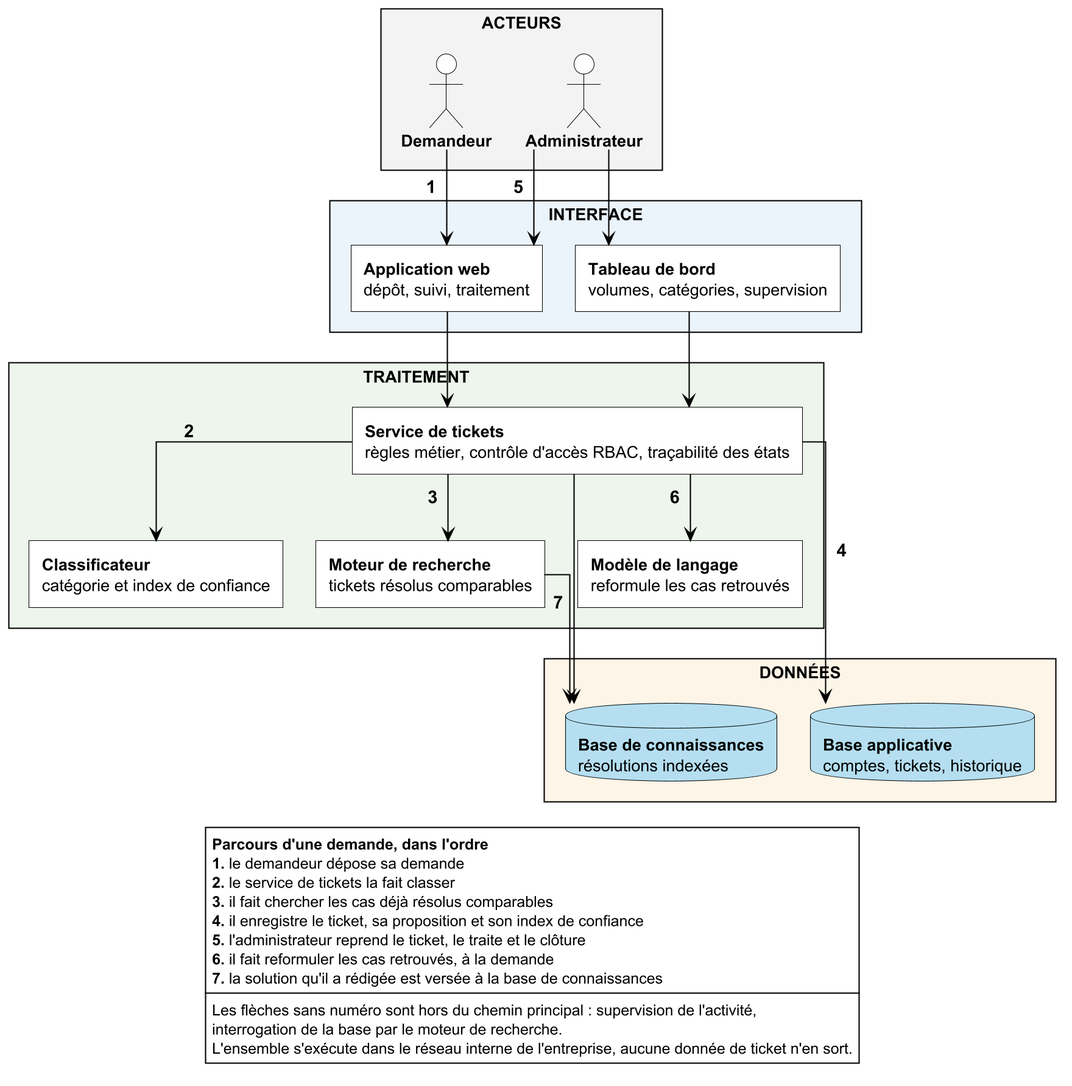
Above: report/img/ch06_architecture.png in Touka-Amine/helpdesk-ai (PlantUML), before the change.
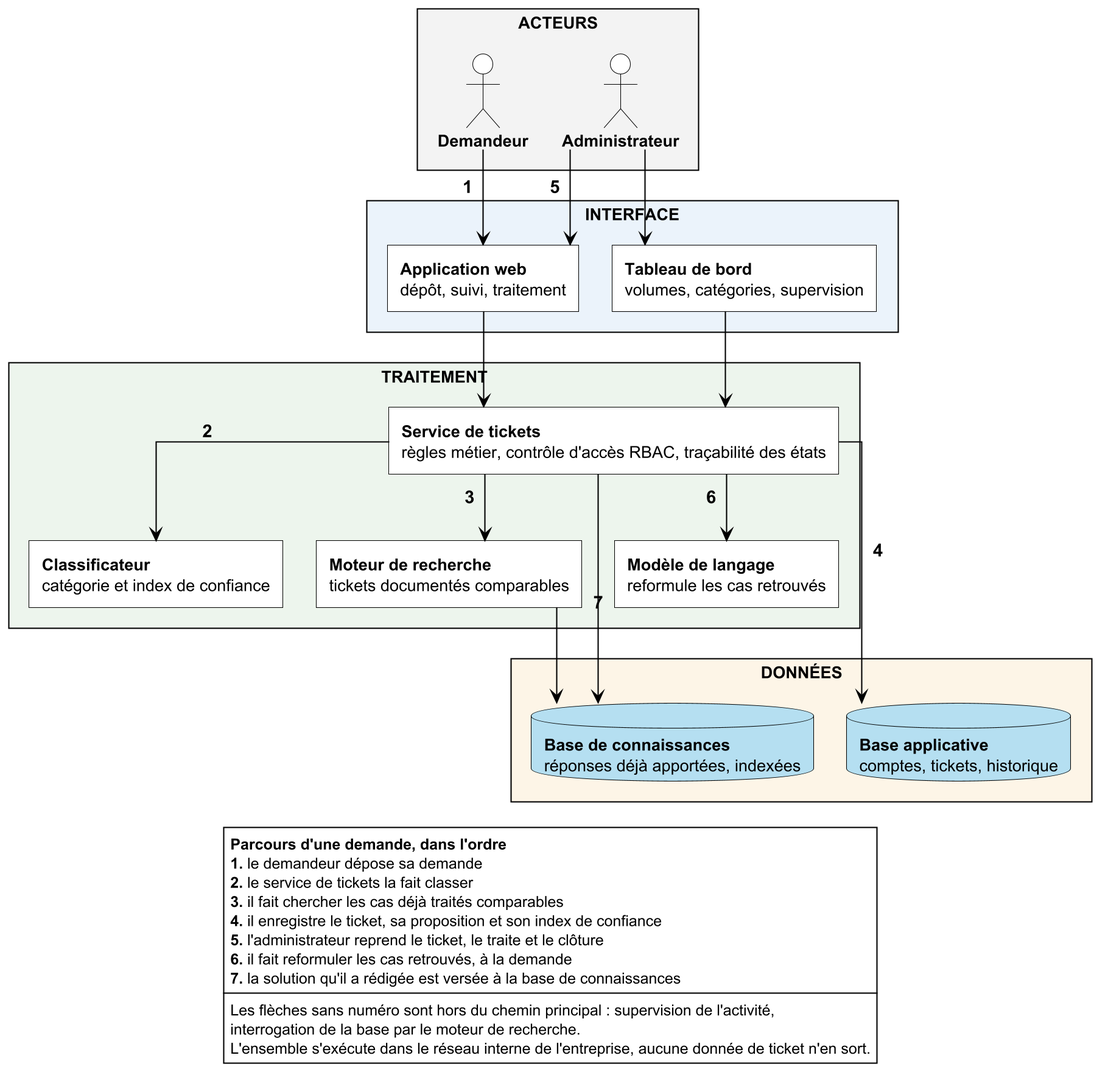
After the change.

Change to the diagram source:
```diff
@@ -52,12 +52,12 @@
 rectangle "**TRAITEMENT**" as C3 #EDF5EC {
   rectangle "**Service de tickets**\nrègles métier, contrôle d'accès RBAC, traçabilité des états" as API
   rectangle "**Classificateur**\ncatégorie et index de confiance" as CLF
-  rectangle "**Moteur de recherche**\ntickets résolus comparables" as RAG
+  rectangle "**Moteur de recherche**\ntickets documentés comparables" as RAG
   rectangle "**Modèle de langage**\nreformule les cas retrouvés" as LLM
 }
 
 rectangle "**DONNÉES**" as C4 #FDF4E6 {
-  database "**Base de connaissances**\nrésolutions indexées" as KB
+  database "**Base de connaissances**\nréponses déjà apportées, indexées" as KB
   database "**Base applicative**\ncomptes, tickets, historique" as PG
 }
 
@@ -80,7 +80,7 @@
   **Parcours d'une demande, dans l'ordre**
   **1.** le demandeur dépose sa demande
   **2.** le service de tickets la fait classer
-  **3.** il fait chercher les cas déjà résolus comparables
+  **3.** il fait chercher les cas déjà traités comparables
   **4.** il enregistre le ticket, sa proposition et son index de confiance
   **5.** l'administrateur reprend le ticket, le traite et le clôture
   **6.** il fait reformuler les cas retrouvés, à la demande
```
